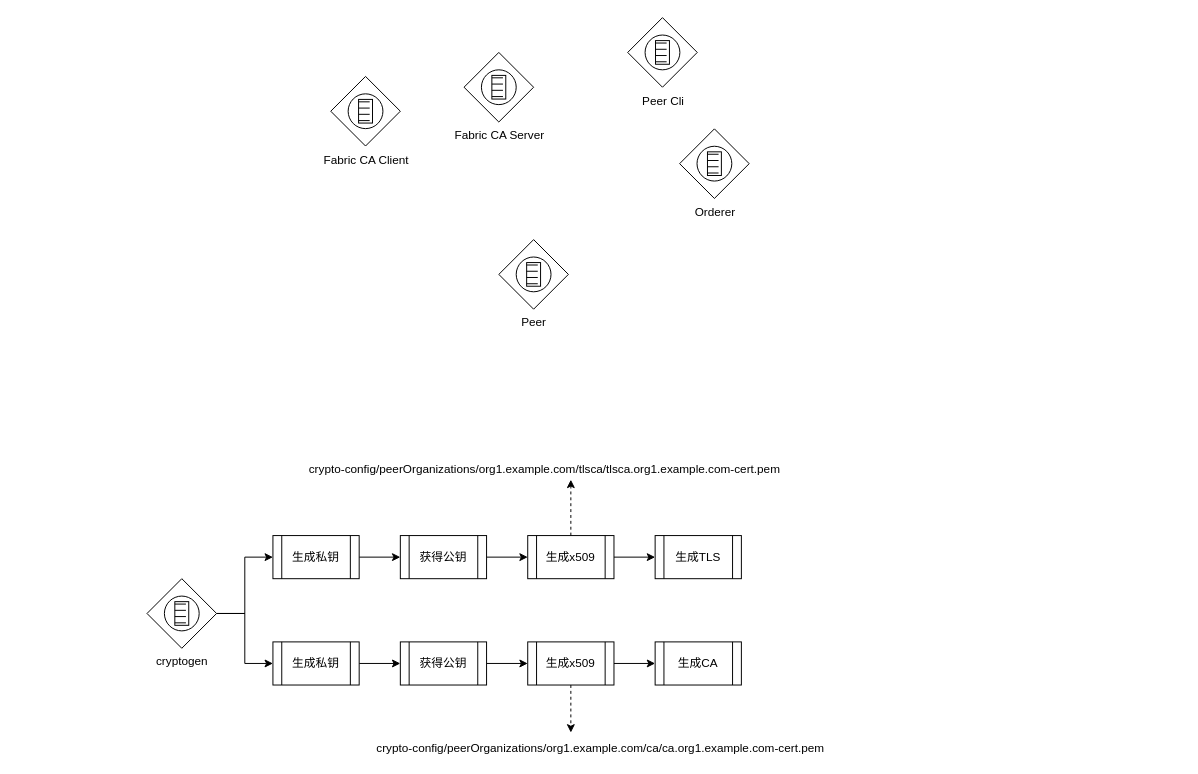
Earlier version of the draw.io diagram fabric-ca-orderer-peer.drawio (yiuked/diagram). Source tidied: cells renumbered, new cells numbered last; positions are measured from the earlier drawing's top-left corner, leaving out a move shared by most shapes. Both pictures are drawn from the tidied source at 98%, with x=0, y=0 at pixel (146, 17).
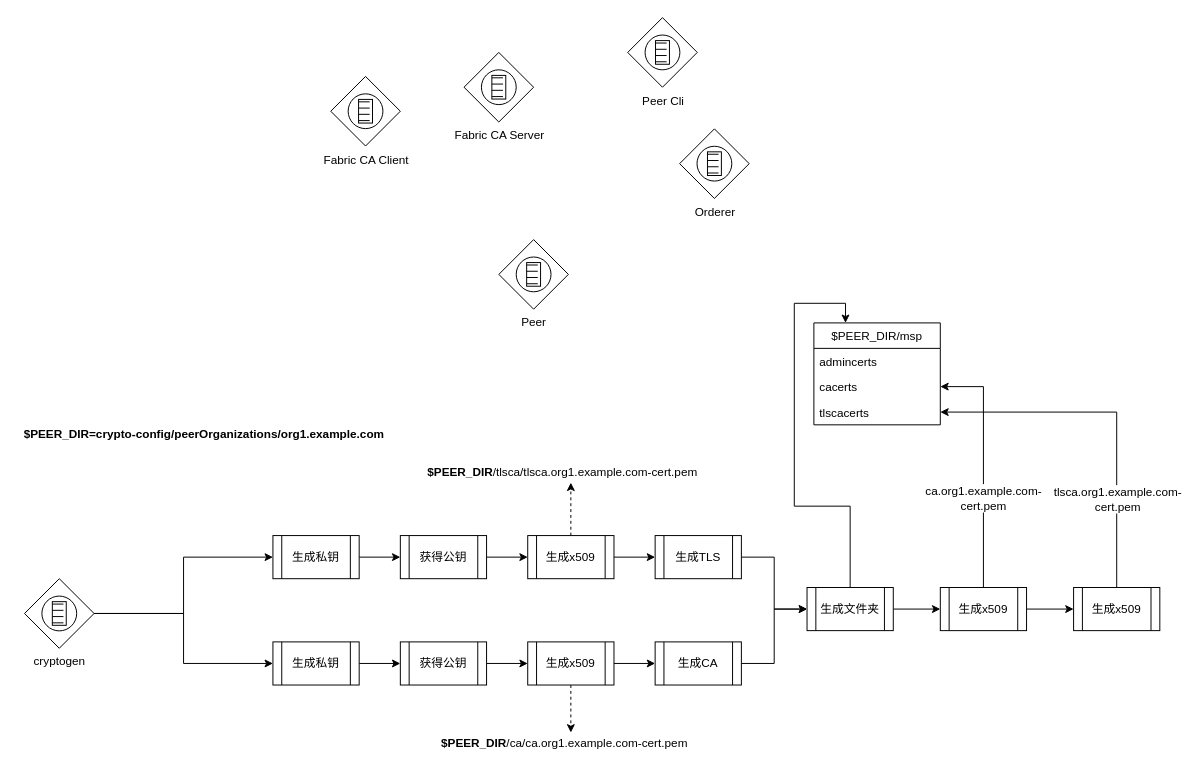
Above is the later version.

The change refers to these unchanged cells:
```xml
<mxCell id="17" value="生成CA" style="shape=process;whiteSpace=wrap;html=1;backgroundOutline=1;" parent="1" vertex="1">
  <mxGeometry x="519" y="637.5" width="88" height="44" as="geometry" />
</mxCell>
<mxCell id="25" value="生成TLS" style="shape=process;whiteSpace=wrap;html=1;backgroundOutline=1;" parent="1" vertex="1">
  <mxGeometry x="519" y="529" width="88" height="44" as="geometry" />
</mxCell>
```

Diff of the diagram source:
```diff
@@
     <mxCell id="9" value="cryptogen" style="shape=mxgraph.bpmn.shape;html=1;verticalLabelPosition=bottom;labelBackgroundColor=#ffffff;verticalAlign=top;align=center;perimeter=rhombusPerimeter;background=gateway;outlineConnect=0;outline=standard;symbol=conditional;" parent="1" vertex="1">
-      <mxGeometry x="0.5" y="573" width="71" height="71" as="geometry" />
+      <mxGeometry x="-124.5" y="573" width="71" height="71" as="geometry" />
     </mxCell>
@@
+    <mxCell id="28" style="edgeStyle=orthogonalEdgeStyle;rounded=0;jettySize=auto;html=1;exitX=1;exitY=0.5;exitDx=0;exitDy=0;entryX=0;entryY=0.5;entryDx=0;entryDy=0;" parent="1" edge="1" source="17" target="32">
+      <mxGeometry relative="1" as="geometry" />
+    </mxCell>
@@
+    <mxCell id="29" style="edgeStyle=orthogonalEdgeStyle;rounded=0;jettySize=auto;html=1;exitX=1;exitY=0.5;exitDx=0;exitDy=0;entryX=0;entryY=0.5;entryDx=0;entryDy=0;" parent="1" edge="1" source="25" target="32">
+      <mxGeometry relative="1" as="geometry" />
+    </mxCell>
@@
-    <mxCell id="26" value="crypto-config/peerOrganizations/org1.example.com/ca/ca.&lt;span style=&quot;text-align: center&quot;&gt;org1.example.com-cert.pem&lt;/span&gt;" style="text;html=1;strokeColor=none;fillColor=none;align=left;verticalAlign=middle;whiteSpace=wrap;rounded=0;" parent="1" vertex="1">
-      <mxGeometry x="233" y="736" width="539" height="20" as="geometry" />
+    <mxCell id="26" value="&lt;span style=&quot;font-weight: 700 ; text-align: center&quot;&gt;$PEER_DIR&lt;/span&gt;/ca/ca.&lt;span style=&quot;text-align: center&quot;&gt;org1.example.com-cert.pem&lt;/span&gt;" style="text;html=1;strokeColor=none;fillColor=none;align=left;verticalAlign=middle;whiteSpace=wrap;rounded=0;" parent="1" vertex="1">
+      <mxGeometry x="299" y="731" width="268" height="20" as="geometry" />
     </mxCell>
-    <mxCell id="27" value="crypto-config/peerOrganizations/org1.example.com/tlsca/tlsca.&lt;span style=&quot;text-align: center&quot;&gt;org1.example.com-cert.pem&lt;/span&gt;" style="text;html=1;strokeColor=none;fillColor=none;align=left;verticalAlign=middle;whiteSpace=wrap;rounded=0;" parent="1" vertex="1">
-      <mxGeometry x="163.5" y="452" width="539" height="20" as="geometry" />
+    <mxCell id="27" value="&lt;span style=&quot;font-weight: 700 ; text-align: center&quot;&gt;$PEER_DIR&lt;/span&gt;/tlsca/tlsca.&lt;span style=&quot;text-align: center&quot;&gt;org1.example.com-cert.pem&lt;/span&gt;" style="text;html=1;strokeColor=none;fillColor=none;align=left;verticalAlign=middle;whiteSpace=wrap;rounded=0;" parent="1" vertex="1">
+      <mxGeometry x="285" y="455" width="296" height="20" as="geometry" />
     </mxCell>
+    <mxCell id="30" style="edgeStyle=orthogonalEdgeStyle;rounded=0;jettySize=auto;html=1;exitX=0.5;exitY=0;exitDx=0;exitDy=0;entryX=0.25;entryY=0;entryDx=0;entryDy=0;" parent="1" edge="1" source="32" target="33">
+      <mxGeometry relative="1" as="geometry" />
+    </mxCell>
+    <mxCell id="31" style="edgeStyle=orthogonalEdgeStyle;rounded=0;jettySize=auto;html=1;exitX=1;exitY=0.5;exitDx=0;exitDy=0;" parent="1" edge="1" source="32" target="41">
+      <mxGeometry relative="1" as="geometry" />
+    </mxCell>
+    <mxCell id="32" value="生成文件夹" style="shape=process;whiteSpace=wrap;html=1;backgroundOutline=1;" parent="1" vertex="1">
+      <mxGeometry x="674" y="582" width="88" height="44" as="geometry" />
+    </mxCell>
+    <mxCell id="33" value="$PEER_DIR/msp" style="swimlane;fontStyle=0;horizontal=1;startSize=26;fillColor=none;" parent="1" vertex="1">
+      <mxGeometry x="681" y="312" width="129" height="104" as="geometry" />
+    </mxCell>
+    <mxCell id="34" value="admincerts" style="text;strokeColor=none;fillColor=none;align=left;verticalAlign=top;spacingLeft=4;spacingRight=4;overflow=hidden;" parent="33" vertex="1">
+      <mxGeometry y="26" width="129" height="26" as="geometry" />
+    </mxCell>
+    <mxCell id="35" value="cacerts" style="text;strokeColor=none;fillColor=none;align=left;verticalAlign=top;spacingLeft=4;spacingRight=4;overflow=hidden;points=[[0,0.5],[1,0.5]];portConstraint=eastwest;" parent="33" vertex="1">
+      <mxGeometry y="52" width="129" height="26" as="geometry" />
+    </mxCell>
+    <mxCell id="36" value="tlscacerts" style="text;strokeColor=none;fillColor=none;align=left;verticalAlign=top;spacingLeft=4;spacingRight=4;overflow=hidden;points=[[0,0.5],[1,0.5]];portConstraint=eastwest;" parent="33" vertex="1">
+      <mxGeometry y="78" width="129" height="26" as="geometry" />
+    </mxCell>
+    <mxCell id="37" value="$PEER_DIR=&lt;span style=&quot;text-align: left&quot;&gt;crypto-config/peerOrganizations/org1.example.com&lt;/span&gt;" style="text;html=1;strokeColor=none;fillColor=none;align=center;verticalAlign=middle;whiteSpace=wrap;rounded=0;fontStyle=1;" parent="1" vertex="1">
+      <mxGeometry x="-132" y="416" width="382" height="20" as="geometry" />
+    </mxCell>
+    <mxCell id="38" style="edgeStyle=orthogonalEdgeStyle;rounded=0;jettySize=auto;html=1;exitX=0.5;exitY=0;exitDx=0;exitDy=0;entryX=1;entryY=0.5;entryDx=0;entryDy=0;" parent="1" edge="1" source="41" target="35">
+      <mxGeometry relative="1" as="geometry" />
+    </mxCell>
+    <mxCell id="39" value="&lt;span style=&quot;text-align: left ; white-space: normal&quot;&gt;ca.&lt;/span&gt;&lt;span style=&quot;white-space: normal&quot;&gt;org1.example.com-cert.pem&lt;/span&gt;" style="text;html=1;align=center;verticalAlign=middle;labelBackgroundColor=#ffffff;" parent="38" vertex="1">
+      <mxGeometry x="-0.26" y="1" relative="1" as="geometry" />
+    </mxCell>
+    <mxCell id="40" style="edgeStyle=orthogonalEdgeStyle;rounded=0;jettySize=auto;html=1;exitX=1;exitY=0.5;exitDx=0;exitDy=0;" parent="1" edge="1" source="41" target="44">
+      <mxGeometry relative="1" as="geometry" />
+    </mxCell>
+    <mxCell id="41" value="生成x509" style="shape=process;whiteSpace=wrap;html=1;backgroundOutline=1;" parent="1" vertex="1">
+      <mxGeometry x="810" y="582" width="88" height="44" as="geometry" />
+    </mxCell>
+    <mxCell id="42" style="edgeStyle=orthogonalEdgeStyle;rounded=0;jettySize=auto;html=1;exitX=0.5;exitY=0;exitDx=0;exitDy=0;entryX=1;entryY=0.5;entryDx=0;entryDy=0;" parent="1" edge="1" source="44" target="36">
+      <mxGeometry relative="1" as="geometry" />
+    </mxCell>
+    <mxCell id="43" value="&lt;span style=&quot;text-align: left ; white-space: normal&quot;&gt;tlsca.&lt;/span&gt;&lt;span style=&quot;white-space: normal&quot;&gt;org1.example.com-cert.pem&lt;/span&gt;" style="text;html=1;align=center;verticalAlign=middle;labelBackgroundColor=#ffffff;" parent="42" vertex="1">
+      <mxGeometry x="-0.28" y="1" relative="1" as="geometry">
+        <mxPoint x="1" y="38" as="offset" />
+      </mxGeometry>
+    </mxCell>
+    <mxCell id="44" value="生成x509" style="shape=process;whiteSpace=wrap;html=1;backgroundOutline=1;" parent="1" vertex="1">
+      <mxGeometry x="946" y="582" width="88" height="44" as="geometry" />
+    </mxCell>
```
